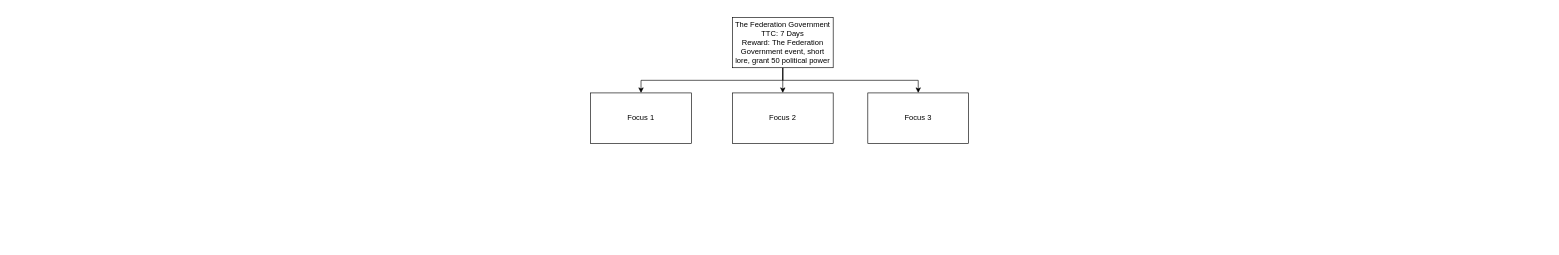
aoo-team/ashes-of-the-old-order keeps this draw.io diagram as RESOURCES/Other/Untitled Diagram.drawio. Above is the earlier version. Source tidied: cells renumbered, new cells numbered last; positions are measured from the earlier drawing's top-left corner, leaving out a move shared by most shapes. Both pictures are drawn from the tidied source at 63%, with x=0, y=0 at pixel (590, 17).
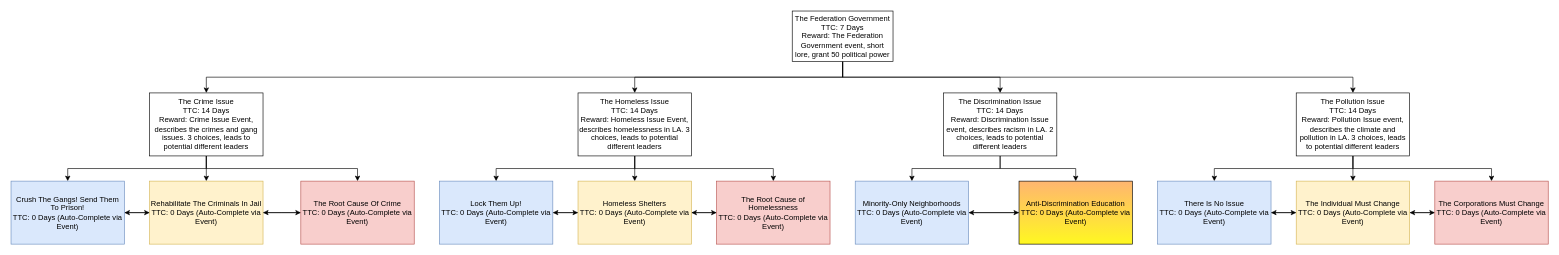
The same diagram, later.

What changed in the source:
```diff
@@
+    <mxCell id="9" style="edgeStyle=orthogonalEdgeStyle;rounded=0;jettySize=auto;html=1;exitX=0.5;exitY=1;exitDx=0;exitDy=0;entryX=0.5;entryY=0;entryDx=0;entryDy=0;" parent="1" edge="1" source="5" target="21">
+      <mxGeometry relative="1" as="geometry" />
+    </mxCell>
     <mxCell id="5" value="The Federation Government&lt;br&gt;TTC: 7 Days&lt;br&gt;Reward: The Federation Government event, short lore, grant 50 political power" style="rounded=0;whiteSpace=wrap;html=1;" parent="1" vertex="1">
-      <mxGeometry x="225" width="160" height="80" as="geometry" />
+      <mxGeometry x="320" y="-10" width="160" height="80" as="geometry" />
     </mxCell>
+    <mxCell id="10" style="edgeStyle=orthogonalEdgeStyle;rounded=0;jettySize=auto;html=1;exitX=0.5;exitY=1;exitDx=0;exitDy=0;entryX=0.5;entryY=0;entryDx=0;entryDy=0;" parent="1" edge="1" source="6" target="39">
+      <mxGeometry relative="1" as="geometry" />
+    </mxCell>
+    <mxCell id="11" style="edgeStyle=orthogonalEdgeStyle;rounded=0;jettySize=auto;html=1;exitX=0.5;exitY=1;exitDx=0;exitDy=0;entryX=0.5;entryY=0;entryDx=0;entryDy=0;" parent="1" edge="1" source="6" target="37">
+      <mxGeometry relative="1" as="geometry" />
+    </mxCell>
-    <mxCell id="6" value="Focus 2" style="rounded=0;whiteSpace=wrap;html=1;" parent="1" vertex="1">
-      <mxGeometry x="225" y="120" width="160" height="80" as="geometry" />
+    <mxCell id="6" value="The Discrimination Issue&lt;br&gt;TTC: 14 Days&lt;br&gt;Reward: Discrimination Issue event, describes racism in LA. 2 choices, leads to potential different leaders" style="rounded=0;whiteSpace=wrap;html=1;" parent="1" vertex="1">
+      <mxGeometry x="560" y="120" width="180" height="100" as="geometry" />
     </mxCell>
+    <mxCell id="12" style="edgeStyle=orthogonalEdgeStyle;rounded=0;jettySize=auto;html=1;exitX=0.5;exitY=1;exitDx=0;exitDy=0;entryX=0.5;entryY=0;entryDx=0;entryDy=0;" parent="1" edge="1" source="7" target="41">
+      <mxGeometry relative="1" as="geometry" />
+    </mxCell>
+    <mxCell id="13" style="edgeStyle=orthogonalEdgeStyle;rounded=0;jettySize=auto;html=1;exitX=0.5;exitY=1;exitDx=0;exitDy=0;entryX=0.5;entryY=0;entryDx=0;entryDy=0;" parent="1" edge="1" source="7" target="44">
+      <mxGeometry relative="1" as="geometry" />
+    </mxCell>
+    <mxCell id="14" style="edgeStyle=orthogonalEdgeStyle;rounded=0;jettySize=auto;html=1;exitX=0.5;exitY=1;exitDx=0;exitDy=0;entryX=0.5;entryY=0;entryDx=0;entryDy=0;" parent="1" edge="1" source="7" target="46">
+      <mxGeometry relative="1" as="geometry" />
+    </mxCell>
-    <mxCell id="7" value="Focus 3" style="rounded=0;whiteSpace=wrap;html=1;" parent="1" vertex="1">
-      <mxGeometry x="440" y="120" width="160" height="80" as="geometry" />
+    <mxCell id="7" value="The Pollution Issue&lt;br&gt;TTC: 14 Days&lt;br&gt;Reward: Pollution Issue event, describes the climate and pollution in LA. 3 choices, leads to potential different leaders" style="rounded=0;whiteSpace=wrap;html=1;" parent="1" vertex="1">
+      <mxGeometry x="1120" y="120" width="180" height="100" as="geometry" />
     </mxCell>
+    <mxCell id="15" style="edgeStyle=orthogonalEdgeStyle;rounded=0;jettySize=auto;html=1;" parent="1" edge="1" source="8" target="31">
+      <mxGeometry relative="1" as="geometry" />
+    </mxCell>
+    <mxCell id="16" style="edgeStyle=orthogonalEdgeStyle;rounded=0;jettySize=auto;html=1;exitX=0.5;exitY=1;exitDx=0;exitDy=0;entryX=0.5;entryY=0;entryDx=0;entryDy=0;" parent="1" edge="1" source="8" target="33">
+      <mxGeometry relative="1" as="geometry" />
+    </mxCell>
+    <mxCell id="17" style="edgeStyle=orthogonalEdgeStyle;rounded=0;jettySize=auto;html=1;exitX=0.5;exitY=1;exitDx=0;exitDy=0;entryX=0.5;entryY=0;entryDx=0;entryDy=0;" parent="1" edge="1" source="8" target="35">
+      <mxGeometry relative="1" as="geometry" />
+    </mxCell>
-    <mxCell id="8" value="Focus 1" style="rounded=0;whiteSpace=wrap;html=1;" parent="1" vertex="1">
-      <mxGeometry y="120" width="160" height="80" as="geometry" />
+    <mxCell id="8" value="The Homeless Issue&lt;br&gt;TTC: 14 Days&lt;br&gt;Reward: Homeless Issue Event, describes homelessness in LA. 3 choices, leads to potential different leaders" style="rounded=0;whiteSpace=wrap;html=1;" parent="1" vertex="1">
+      <mxGeometry x="-20" y="120" width="180" height="100" as="geometry" />
     </mxCell>
+    <mxCell id="18" style="edgeStyle=orthogonalEdgeStyle;rounded=0;jettySize=auto;html=1;exitX=0.5;exitY=1;exitDx=0;exitDy=0;entryX=0.5;entryY=0;entryDx=0;entryDy=0;" parent="1" edge="1" source="21" target="26">
+      <mxGeometry relative="1" as="geometry" />
+    </mxCell>
+    <mxCell id="19" style="edgeStyle=orthogonalEdgeStyle;rounded=0;jettySize=auto;html=1;exitX=0.5;exitY=1;exitDx=0;exitDy=0;entryX=0.5;entryY=0;entryDx=0;entryDy=0;" parent="1" edge="1" source="21" target="23">
+      <mxGeometry relative="1" as="geometry" />
+    </mxCell>
+    <mxCell id="20" style="edgeStyle=orthogonalEdgeStyle;rounded=0;jettySize=auto;html=1;exitX=0.5;exitY=1;exitDx=0;exitDy=0;entryX=0.5;entryY=0;entryDx=0;entryDy=0;" parent="1" edge="1" source="21" target="28">
+      <mxGeometry relative="1" as="geometry" />
+    </mxCell>
+    <mxCell id="21" value="The Crime Issue&lt;br&gt;TTC: 14 Days&lt;br&gt;Reward: Crime Issue Event, describes the crimes and gang issues. 3 choices, leads to potential different leaders" style="rounded=0;whiteSpace=wrap;html=1;" parent="1" vertex="1">
+      <mxGeometry x="-700" y="120" width="180" height="100" as="geometry" />
+    </mxCell>
+    <mxCell id="22" style="edgeStyle=orthogonalEdgeStyle;rounded=0;jettySize=auto;html=1;exitX=1;exitY=0.5;exitDx=0;exitDy=0;entryX=0;entryY=0.5;entryDx=0;entryDy=0;" parent="1" edge="1" source="23" target="26">
+      <mxGeometry relative="1" as="geometry" />
+    </mxCell>
+    <mxCell id="23" value="Crush The Gangs! Send Them To Prison!&lt;br&gt;TTC: 0 Days (Auto-Complete via Event)" style="rounded=0;whiteSpace=wrap;html=1;fillColor=#dae8fc;strokeColor=#6c8ebf;" parent="1" vertex="1">
+      <mxGeometry x="-920" y="260" width="180" height="100" as="geometry" />
+    </mxCell>
+    <mxCell id="24" style="edgeStyle=orthogonalEdgeStyle;rounded=0;jettySize=auto;html=1;" parent="1" edge="1" source="26">
+      <mxGeometry relative="1" as="geometry">
+        <mxPoint x="-460" y="310" as="targetPoint" />
+      </mxGeometry>
+    </mxCell>
+    <mxCell id="25" style="edgeStyle=orthogonalEdgeStyle;rounded=0;jettySize=auto;html=1;entryX=1;entryY=0.5;entryDx=0;entryDy=0;" parent="1" edge="1" source="26" target="23">
+      <mxGeometry relative="1" as="geometry" />
+    </mxCell>
+    <mxCell id="26" value="Rehabilitate The Criminals In Jail&lt;br&gt;TTC: 0 Days (Auto-Complete via Event)" style="rounded=0;whiteSpace=wrap;html=1;fillColor=#fff2cc;strokeColor=#d6b656;" parent="1" vertex="1">
+      <mxGeometry x="-700" y="260" width="180" height="100" as="geometry" />
+    </mxCell>
+    <mxCell id="27" style="edgeStyle=orthogonalEdgeStyle;rounded=0;jettySize=auto;html=1;entryX=1;entryY=0.5;entryDx=0;entryDy=0;" parent="1" edge="1" source="28" target="26">
+      <mxGeometry relative="1" as="geometry" />
+    </mxCell>
+    <mxCell id="28" value="The Root Cause Of Crime&lt;br&gt;TTC: 0 Days (Auto-Complete via Event)" style="rounded=0;whiteSpace=wrap;html=1;fillColor=#f8cecc;strokeColor=#b85450;" parent="1" vertex="1">
+      <mxGeometry x="-460" y="260" width="180" height="100" as="geometry" />
+    </mxCell>
+    <mxCell id="29" style="edgeStyle=orthogonalEdgeStyle;rounded=0;jettySize=auto;html=1;entryX=0;entryY=0.5;entryDx=0;entryDy=0;" parent="1" edge="1" source="31" target="35">
+      <mxGeometry relative="1" as="geometry" />
+    </mxCell>
+    <mxCell id="30" style="edgeStyle=orthogonalEdgeStyle;rounded=0;jettySize=auto;html=1;" parent="1" edge="1" source="31" target="33">
+      <mxGeometry relative="1" as="geometry" />
+    </mxCell>
+    <mxCell id="31" value="Homeless Shelters&lt;br&gt;TTC: 0 Days (Auto-Complete via Event)" style="rounded=0;whiteSpace=wrap;html=1;fillColor=#fff2cc;strokeColor=#d6b656;" parent="1" vertex="1">
+      <mxGeometry x="-20" y="260" width="180" height="100" as="geometry" />
+    </mxCell>
+    <mxCell id="32" style="edgeStyle=orthogonalEdgeStyle;rounded=0;jettySize=auto;html=1;entryX=0;entryY=0.5;entryDx=0;entryDy=0;" parent="1" edge="1" source="33" target="31">
+      <mxGeometry relative="1" as="geometry" />
+    </mxCell>
+    <mxCell id="33" value="Lock Them Up!&lt;br&gt;TTC: 0 Days (Auto-Complete via Event)" style="rounded=0;whiteSpace=wrap;html=1;fillColor=#dae8fc;strokeColor=#6c8ebf;" parent="1" vertex="1">
+      <mxGeometry x="-240" y="260" width="180" height="100" as="geometry" />
+    </mxCell>
+    <mxCell id="34" style="edgeStyle=orthogonalEdgeStyle;rounded=0;jettySize=auto;html=1;entryX=1;entryY=0.5;entryDx=0;entryDy=0;" parent="1" edge="1" source="35" target="31">
+      <mxGeometry relative="1" as="geometry" />
+    </mxCell>
+    <mxCell id="35" value="The Root Cause of Homelessness&lt;br&gt;TTC: 0 Days (Auto-Complete via Event)" style="rounded=0;whiteSpace=wrap;html=1;fillColor=#f8cecc;strokeColor=#b85450;" parent="1" vertex="1">
+      <mxGeometry x="200" y="260" width="180" height="100" as="geometry" />
+    </mxCell>
+    <mxCell id="36" style="edgeStyle=orthogonalEdgeStyle;rounded=0;jettySize=auto;html=1;entryX=1;entryY=0.5;entryDx=0;entryDy=0;" parent="1" edge="1" source="37" target="39">
+      <mxGeometry relative="1" as="geometry" />
+    </mxCell>
+    <mxCell id="37" value="Anti-Discrimination Education&lt;br&gt;TTC: 0 Days (Auto-Complete via Event)" style="rounded=0;whiteSpace=wrap;html=1;gradientColor=#FFF821;fillColor=#FFB570;" parent="1" vertex="1">
+      <mxGeometry x="680" y="260" width="180" height="100" as="geometry" />
+    </mxCell>
+    <mxCell id="38" style="edgeStyle=orthogonalEdgeStyle;rounded=0;jettySize=auto;html=1;entryX=0;entryY=0.5;entryDx=0;entryDy=0;" parent="1" edge="1" source="39" target="37">
+      <mxGeometry relative="1" as="geometry" />
+    </mxCell>
+    <mxCell id="39" value="Minority-Only Neighborhoods&lt;br&gt;TTC: 0 Days (Auto-Complete via Event)" style="rounded=0;whiteSpace=wrap;html=1;fillColor=#dae8fc;strokeColor=#6c8ebf;" parent="1" vertex="1">
+      <mxGeometry x="420" y="260" width="180" height="100" as="geometry" />
+    </mxCell>
+    <mxCell id="40" style="edgeStyle=orthogonalEdgeStyle;rounded=0;jettySize=auto;html=1;" parent="1" edge="1" source="41" target="44">
+      <mxGeometry relative="1" as="geometry" />
+    </mxCell>
+    <mxCell id="41" value="There Is No Issue&lt;br&gt;TTC: 0 Days (Auto-Complete via Event)" style="rounded=0;whiteSpace=wrap;html=1;fillColor=#dae8fc;strokeColor=#6c8ebf;" parent="1" vertex="1">
+      <mxGeometry x="900" y="260" width="180" height="100" as="geometry" />
+    </mxCell>
+    <mxCell id="42" style="edgeStyle=orthogonalEdgeStyle;rounded=0;jettySize=auto;html=1;entryX=1;entryY=0.5;entryDx=0;entryDy=0;" parent="1" edge="1" source="44" target="41">
+      <mxGeometry relative="1" as="geometry" />
+    </mxCell>
+    <mxCell id="43" style="edgeStyle=orthogonalEdgeStyle;rounded=0;jettySize=auto;html=1;entryX=0;entryY=0.5;entryDx=0;entryDy=0;" parent="1" edge="1" source="44" target="46">
+      <mxGeometry relative="1" as="geometry" />
+    </mxCell>
+    <mxCell id="44" value="The Individual Must Change&lt;br&gt;TTC: 0 Days (Auto-Complete via Event)" style="rounded=0;whiteSpace=wrap;html=1;fillColor=#fff2cc;strokeColor=#d6b656;" parent="1" vertex="1">
+      <mxGeometry x="1120" y="260" width="180" height="100" as="geometry" />
+    </mxCell>
+    <mxCell id="45" style="edgeStyle=orthogonalEdgeStyle;rounded=0;jettySize=auto;html=1;entryX=1;entryY=0.5;entryDx=0;entryDy=0;" parent="1" edge="1" source="46" target="44">
+      <mxGeometry relative="1" as="geometry" />
+    </mxCell>
+    <mxCell id="46" value="The Corporations Must Change&lt;br&gt;TTC: 0 Days (Auto-Complete via Event)" style="rounded=0;whiteSpace=wrap;html=1;fillColor=#f8cecc;strokeColor=#b85450;" parent="1" vertex="1">
+      <mxGeometry x="1340" y="260" width="180" height="100" as="geometry" />
+    </mxCell>
```
